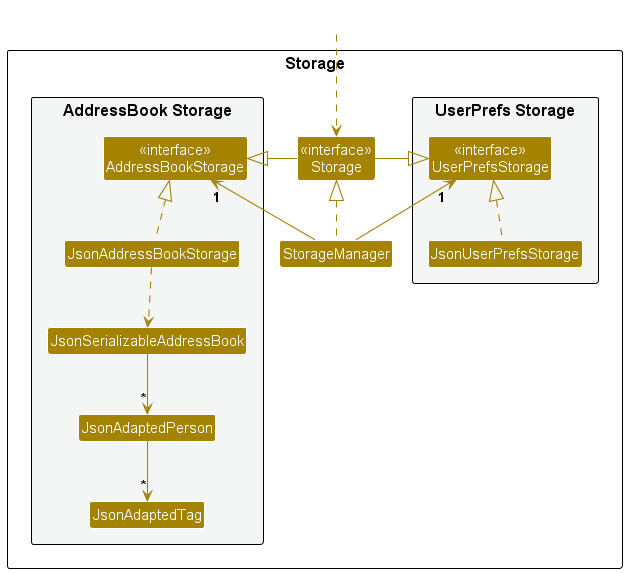
The PlantUML diagram docs/images/StorageClassDiagram.png in nus-cs2103-AY2324S2/tp, before a commit.
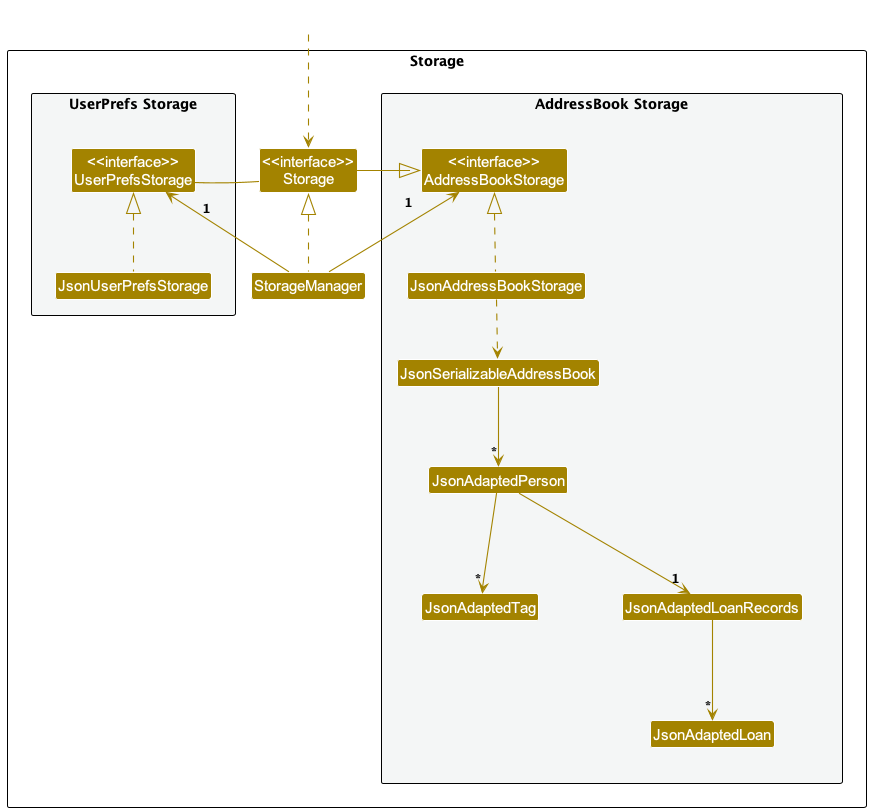
The same file after the commit.

Commit message:
update storage class UML diagram

Diff of the diagram source:
```diff
@@ -20,6 +20,8 @@
 Class JsonSerializableAddressBook
 Class JsonAdaptedPerson
 Class JsonAdaptedTag
+Class JsonAdaptedLoan
+Class JsonAdaptedLoanRecords
 }
 
 }
@@ -39,5 +41,7 @@
 JsonAddressBookStorage ..> JsonSerializableAddressBook
 JsonSerializableAddressBook --> "*" JsonAdaptedPerson
 JsonAdaptedPerson --> "*" JsonAdaptedTag
+JsonAdaptedPerson --> "1" JsonAdaptedLoanRecords
+JsonAdaptedLoanRecords --> "*" JsonAdaptedLoan
 
 @enduml
```
